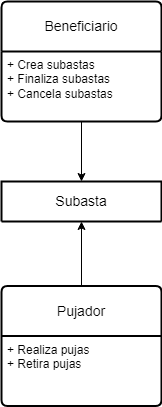
This is Lab 1/6/lab1.drawio.png from nirauvar/lab-blockchain, a draw.io export, as it was before one commit. Source tidied: cells renumbered, new cells last; positions are measured from the earlier drawing's top-left corner, leaving out a move shared by most shapes.
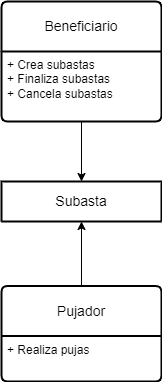
Later version of the same file.

Commit message:
nuevo diagrama

What changed in the source:
```diff
@@ -12,10 +12,10 @@
       <mxGeometry relative="1" as="geometry" />
     </mxCell>
     <mxCell id="5" value="Pujador" style="swimlane;horizontal=1;startSize=50;rounded=1;fontSize=14;fontStyle=0;strokeWidth=2;shadow=0;dashed=0;align=center;arcSize=4;whiteSpace=wrap;html=1;" parent="1" vertex="1">
-      <mxGeometry y="284.5" width="160" height="120" as="geometry" />
+      <mxGeometry y="284.5" width="160" height="95.5" as="geometry" />
     </mxCell>
-    <mxCell id="6" value="+ Realiza pujas&lt;br&gt;+ Retira pujas" style="align=left;strokeColor=none;fillColor=none;spacingLeft=4;fontSize=12;verticalAlign=top;html=1;" parent="5" vertex="1">
-      <mxGeometry y="50" width="160" height="70" as="geometry" />
+    <mxCell id="6" value="+ Realiza pujas" style="align=left;strokeColor=none;fillColor=none;spacingLeft=4;fontSize=12;verticalAlign=top;html=1;" parent="5" vertex="1">
+      <mxGeometry y="50" width="160" height="45.5" as="geometry" />
     </mxCell>
     <mxCell id="7" value="Subasta" style="swimlane;horizontal=1;startSize=50;rounded=1;fontSize=14;fontStyle=0;strokeWidth=2;shadow=0;dashed=0;align=center;arcSize=4;whiteSpace=wrap;html=1;" parent="1" vertex="1">
       <mxGeometry y="180" width="160" height="40" as="geometry" />
```
